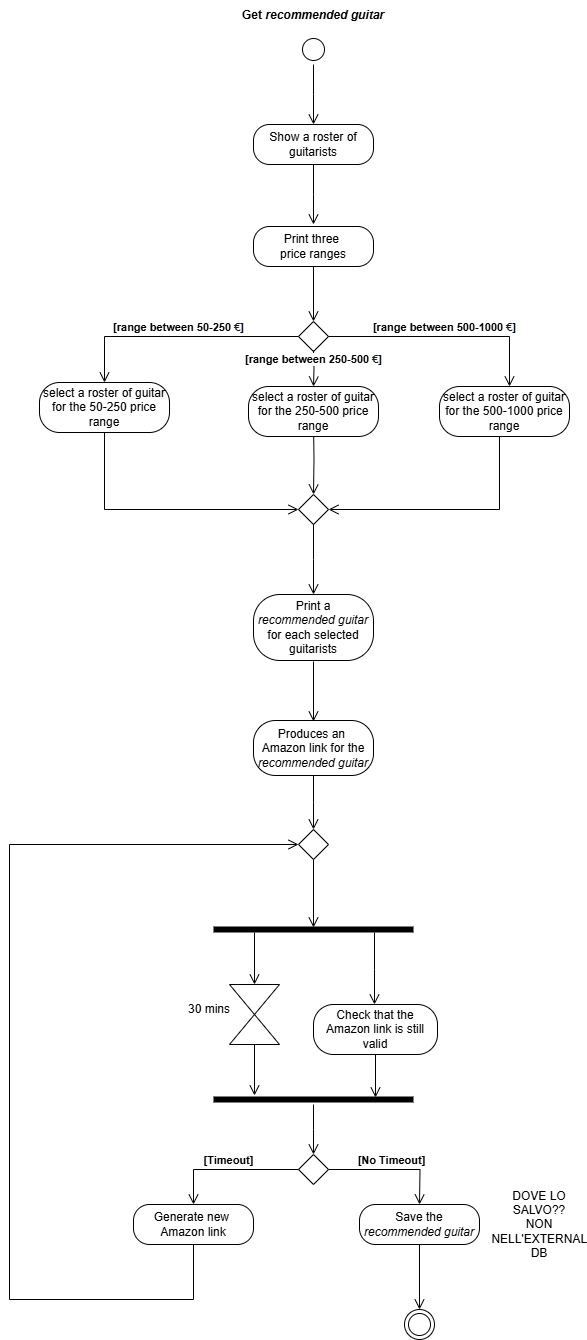
TizianoLilli/ISPW-Project keeps this draw.io diagram as ActivityDiagramM.drawio.png. Above is the earlier version. Source tidied: cells renumbered, new cells last; positions are measured from the earlier drawing's top-left corner, leaving out a move shared by most shapes.
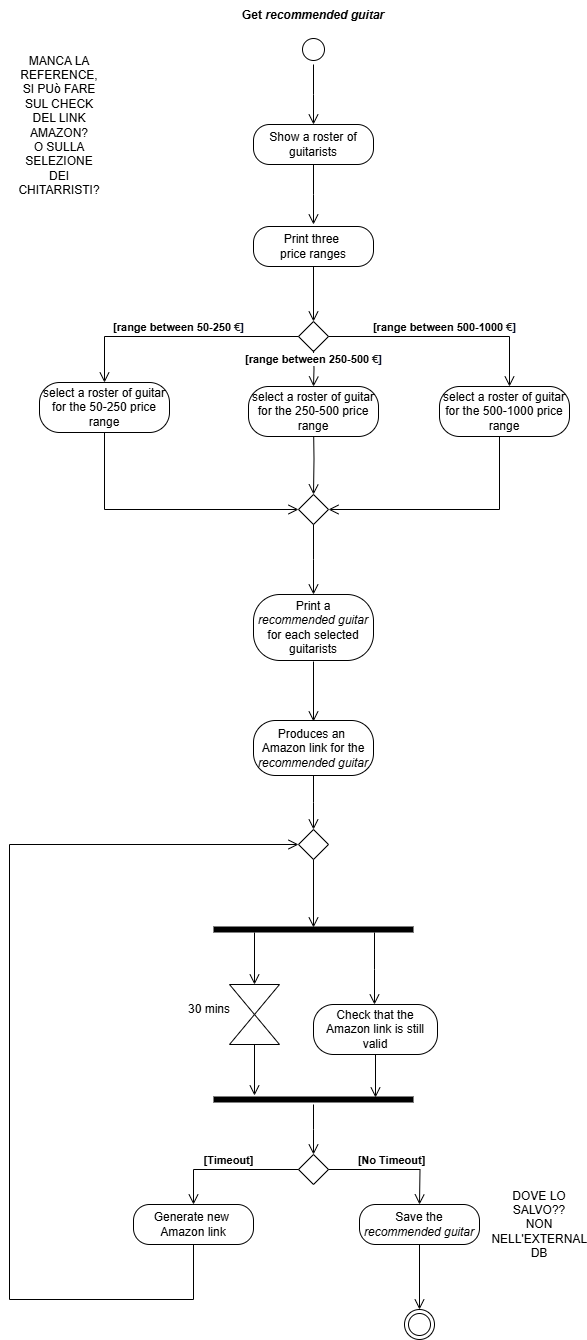
The same file after the commit.

What changed in the source:
```diff
@@ -180,5 +180,8 @@
     <mxCell id="46" value="DOVE LO SALVO??&lt;div&gt;NON NELL'EXTERNAL DB&lt;/div&gt;" style="text;html=1;align=center;verticalAlign=middle;whiteSpace=wrap;rounded=0;" parent="1" vertex="1">
       <mxGeometry x="500" y="1209" width="60" height="30" as="geometry" />
     </mxCell>
+    <mxCell id="47" value="MANCA LA REFERENCE, SI PUò FARE SUL CHECK DEL LINK AMAZON?&lt;div&gt;O SULLA SELEZIONE DEI CHITARRISTI?&lt;/div&gt;" style="text;html=1;align=center;verticalAlign=middle;whiteSpace=wrap;rounded=0;" parent="1" vertex="1">
+      <mxGeometry x="20" y="110" width="60" height="30" as="geometry" />
+    </mxCell>
   </root>
 </mxGraphModel>
```
